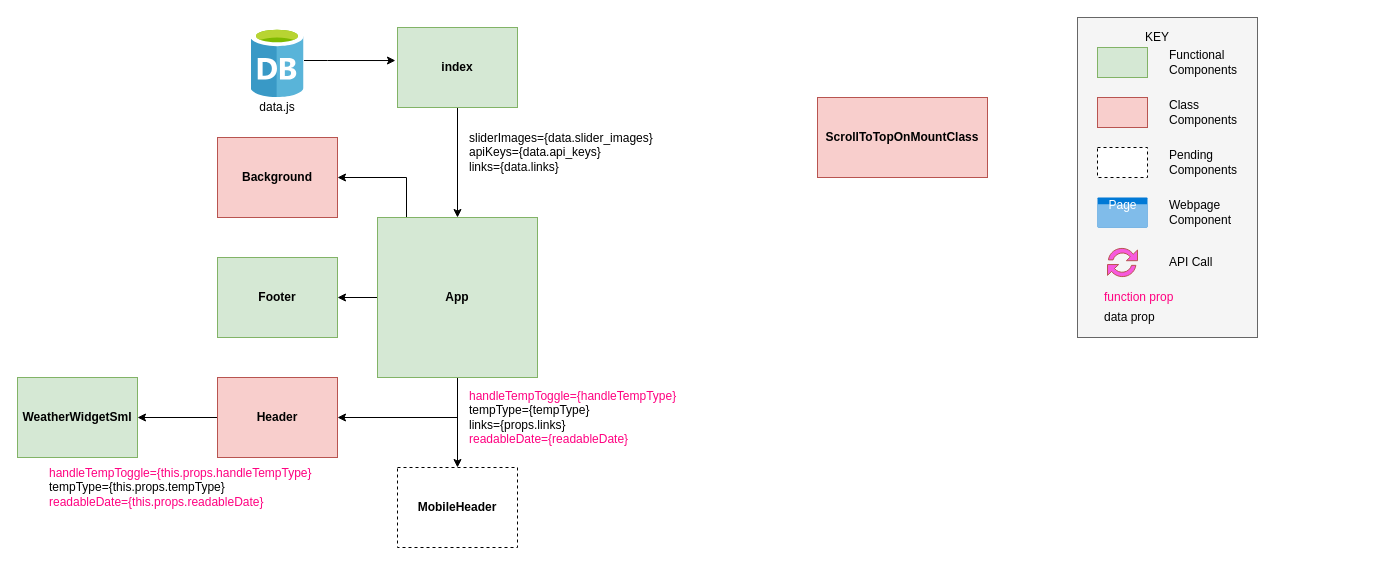
Before: project-planning/Untitled Diagram.drawio in joeyhutchinson/react-project-v2, a draw.io diagram. Source tidied: cells renumbered, new cells numbered last; positions are measured from the earlier drawing's top-left corner, leaving out a move shared by most shapes. Both pictures are drawn from the tidied source at 100%, with x=0, y=0 at pixel (17, 17).
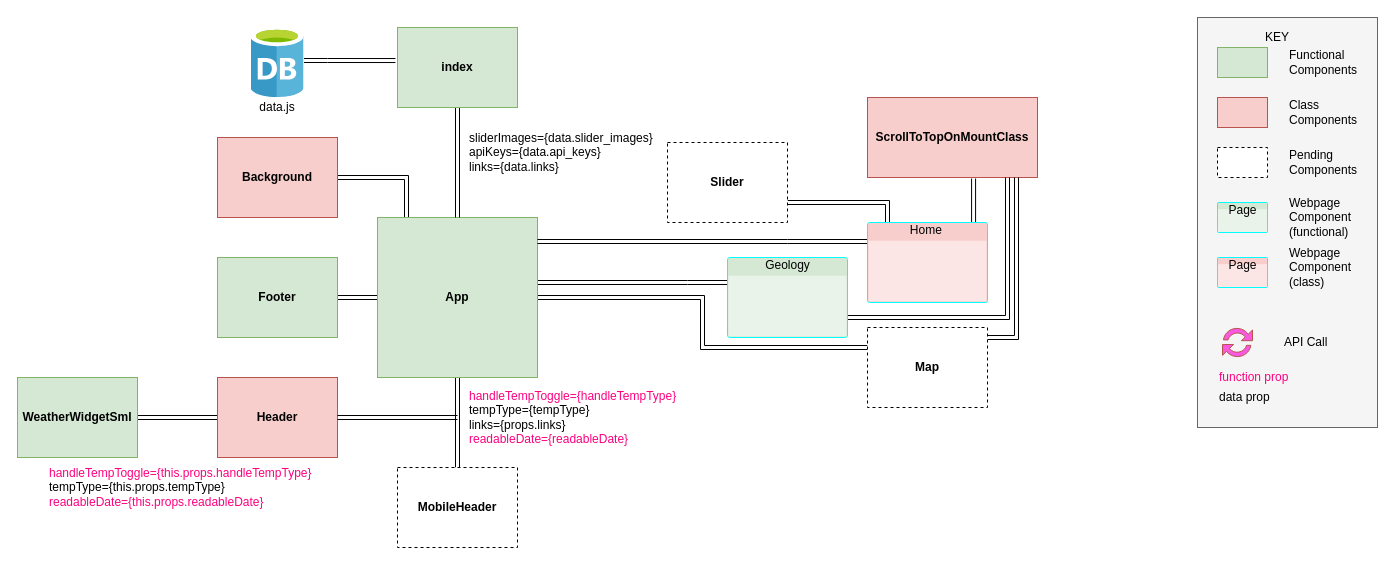
The same page after the edit.

Unchanged cells that the change refers to:
```xml
<mxCell id="5" value="&lt;span&gt;App&lt;/span&gt;" style="whiteSpace=wrap;html=1;strokeColor=#82b366;fillColor=#d5e8d4;align=center;fontStyle=1;" parent="1" vertex="1">
  <mxGeometry x="360" y="200" width="160" height="160" as="geometry" />
</mxCell>
<mxCell id="6" value="Background" style="rounded=0;whiteSpace=wrap;html=1;strokeColor=#b85450;fillColor=#f8cecc;align=center;fontStyle=1;" parent="1" vertex="1">
  <mxGeometry x="200" y="120" width="120" height="80" as="geometry" />
</mxCell>
<mxCell id="7" value="Footer" style="rounded=0;whiteSpace=wrap;html=1;strokeColor=#82b366;fillColor=#d5e8d4;align=center;fontStyle=1;" parent="1" vertex="1">
  <mxGeometry x="200" y="240" width="120" height="80" as="geometry" />
</mxCell>
<mxCell id="9" value="Header" style="rounded=0;whiteSpace=wrap;html=1;strokeColor=#b85450;fillColor=#f8cecc;align=center;fontStyle=1;" parent="1" vertex="1">
  <mxGeometry x="200" y="360" width="120" height="80" as="geometry" />
</mxCell>
<mxCell id="10" value="WeatherWidgetSml" style="rounded=0;whiteSpace=wrap;html=1;strokeColor=#82b366;fillColor=#d5e8d4;align=center;fontStyle=1;" parent="1" vertex="1">
  <mxGeometry y="360" width="120" height="80" as="geometry" />
</mxCell>
<mxCell id="12" style="html=1;points=[];align=center;image;fontSize=12;image=img/lib/mscae/Database_General.svg;strokeColor=#D642B8;fillColor=#F859DE;" parent="1" vertex="1">
  <mxGeometry x="233.5" y="10" width="53" height="70" as="geometry" />
</mxCell>
<mxCell id="14" value="index" style="rounded=0;whiteSpace=wrap;html=1;strokeColor=#82b366;fillColor=#d5e8d4;align=center;fontStyle=1;" parent="1" vertex="1">
  <mxGeometry x="380" y="10" width="120" height="80" as="geometry" />
</mxCell>
```

Change to the diagram source:
```diff
@@
-    <mxCell id="2" style="edgeStyle=orthogonalEdgeStyle;rounded=0;jettySize=auto;html=1;entryX=0.5;entryY=0;entryDx=0;entryDy=0;" parent="1" edge="1" source="5" target="33">
+    <mxCell id="2" style="edgeStyle=orthogonalEdgeStyle;rounded=0;jettySize=auto;html=1;entryX=0.5;entryY=0;entryDx=0;entryDy=0;shape=link;" parent="1" edge="1" source="5" target="33">
       <mxGeometry relative="1" as="geometry" />
     </mxCell>
-    <mxCell id="3" style="edgeStyle=orthogonalEdgeStyle;rounded=0;jettySize=auto;html=1;entryX=1;entryY=0.5;entryDx=0;entryDy=0;" parent="1" edge="1" source="5" target="6">
+    <mxCell id="3" style="edgeStyle=orthogonalEdgeStyle;rounded=0;jettySize=auto;html=1;entryX=1;entryY=0.5;entryDx=0;entryDy=0;shape=link;" parent="1" edge="1" source="5" target="6">
       <mxGeometry relative="1" as="geometry">
         <Array as="points">
           <mxPoint x="389" y="160" />
         </Array>
       </mxGeometry>
     </mxCell>
-    <mxCell id="4" style="edgeStyle=orthogonalEdgeStyle;rounded=0;jettySize=auto;html=1;strokeColor=#000000;fontColor=#3333FF;" parent="1" edge="1" source="5" target="7">
+    <mxCell id="4" style="edgeStyle=orthogonalEdgeStyle;rounded=0;jettySize=auto;html=1;strokeColor=#000000;fontColor=#3333FF;shape=link;" parent="1" edge="1" source="5" target="7">
       <mxGeometry relative="1" as="geometry" />
     </mxCell>
+    <mxCell id="36" style="edgeStyle=orthogonalEdgeStyle;rounded=0;jettySize=auto;html=1;strokeColor=#000000;fontColor=#3333FF;shape=link;" parent="1" edge="1" target="44">
+      <mxGeometry relative="1" as="geometry">
+        <mxPoint x="520" y="265" as="sourcePoint" />
+        <Array as="points">
+          <mxPoint x="670" y="265" />
+          <mxPoint x="670" y="265" />
+        </Array>
+      </mxGeometry>
+    </mxCell>
+    <mxCell id="37" style="edgeStyle=orthogonalEdgeStyle;rounded=0;jettySize=auto;html=1;strokeColor=#000000;fontColor=#3333FF;entryX=0;entryY=0.25;entryDx=0;entryDy=0;shape=link;" parent="1" edge="1" source="5" target="46">
+      <mxGeometry relative="1" as="geometry" />
+    </mxCell>
@@
-    <mxCell id="8" style="edgeStyle=orthogonalEdgeStyle;rounded=0;jettySize=auto;html=1;" parent="1" edge="1" source="9" target="10">
+    <mxCell id="8" style="edgeStyle=orthogonalEdgeStyle;rounded=0;jettySize=auto;html=1;shape=link;" parent="1" edge="1" source="9" target="10">
       <mxGeometry relative="1" as="geometry" />
     </mxCell>
@@
-    <mxCell id="11" style="edgeStyle=orthogonalEdgeStyle;rounded=0;jettySize=auto;html=1;entryX=-0.017;entryY=0.413;entryDx=0;entryDy=0;entryPerimeter=0;" parent="1" edge="1" source="12" target="14">
+    <mxCell id="11" style="edgeStyle=orthogonalEdgeStyle;rounded=0;jettySize=auto;html=1;entryX=-0.017;entryY=0.413;entryDx=0;entryDy=0;entryPerimeter=0;shape=link;" parent="1" edge="1" source="12" target="14">
       <mxGeometry relative="1" as="geometry">
         <Array as="points">
           <mxPoint x="310" y="43" />
           <mxPoint x="310" y="43" />
         </Array>
       </mxGeometry>
     </mxCell>
@@
-    <mxCell id="13" style="edgeStyle=orthogonalEdgeStyle;rounded=0;jettySize=auto;html=1;entryX=0.5;entryY=0;entryDx=0;entryDy=0;" parent="1" edge="1" source="14" target="5">
+    <mxCell id="13" style="edgeStyle=orthogonalEdgeStyle;rounded=0;jettySize=auto;html=1;entryX=0.5;entryY=0;entryDx=0;entryDy=0;shape=link;" parent="1" edge="1" source="14" target="5">
       <mxGeometry relative="1" as="geometry" />
     </mxCell>
@@
+    <mxCell id="32" value="&lt;font color=&quot;#ff0080&quot;&gt;handleTempToggle={this.props.handleTempType}&lt;/font&gt;&lt;br&gt;tempType={this.props.tempType}&lt;br&gt;&lt;font color=&quot;#ff0080&quot;&gt;readableDate={this.props.readableDate}&lt;/font&gt;" style="text;html=1;strokeColor=none;fillColor=none;align=left;verticalAlign=middle;whiteSpace=wrap;rounded=0;" parent="1" vertex="1">
+      <mxGeometry x="30" y="430" width="270" height="80" as="geometry" />
+    </mxCell>
+    <mxCell id="33" value="&lt;b&gt;MobileHeader&lt;/b&gt;" style="rounded=0;whiteSpace=wrap;html=1;dashed=1;" parent="1" vertex="1">
+      <mxGeometry x="380" y="450" width="120" height="80" as="geometry" />
+    </mxCell>
+    <mxCell id="34" style="endArrow=classic;html=1;strokeColor=#000000;fontColor=#3333FF;entryX=1;entryY=0.5;entryDx=0;entryDy=0;shape=link;" parent="1" edge="1" target="9">
+      <mxGeometry relative="1" as="geometry">
+        <mxPoint x="440" y="400" as="sourcePoint" />
+      </mxGeometry>
+    </mxCell>
+    <mxCell id="35" value="ScrollToTopOnMountClass" style="rounded=0;whiteSpace=wrap;html=1;strokeColor=#b85450;fillColor=#f8cecc;align=center;fontStyle=1;" parent="1" vertex="1">
+      <mxGeometry x="850" y="80" width="170" height="80" as="geometry" />
+    </mxCell>
+    <mxCell id="38" style="edgeStyle=orthogonalEdgeStyle;rounded=0;jettySize=auto;html=1;strokeColor=#000000;fontColor=#3333FF;entryX=0.624;entryY=1.013;entryDx=0;entryDy=0;entryPerimeter=0;shape=link;" parent="1" edge="1" source="41" target="35">
+      <mxGeometry relative="1" as="geometry">
+        <Array as="points">
+          <mxPoint x="906" y="220" />
+          <mxPoint x="906" y="220" />
+        </Array>
+      </mxGeometry>
+    </mxCell>
+    <mxCell id="39" style="edgeStyle=orthogonalEdgeStyle;rounded=0;jettySize=auto;html=1;strokeColor=#000000;fontColor=#3333FF;entryX=1;entryY=0.75;entryDx=0;entryDy=0;shape=link;" parent="1" edge="1" source="41" target="42">
+      <mxGeometry relative="1" as="geometry">
+        <Array as="points">
+          <mxPoint x="870" y="185" />
+        </Array>
+      </mxGeometry>
+    </mxCell>
+    <mxCell id="40" style="edgeStyle=orthogonalEdgeStyle;shape=link;rounded=0;jettySize=auto;html=1;strokeColor=#000000;fontColor=#3333FF;entryX=1;entryY=0.15;entryDx=0;entryDy=0;entryPerimeter=0;" parent="1" edge="1" source="41" target="5">
+      <mxGeometry relative="1" as="geometry">
+        <Array as="points">
+          <mxPoint x="770" y="224" />
+          <mxPoint x="770" y="224" />
+        </Array>
+      </mxGeometry>
+    </mxCell>
+    <mxCell id="41" value="Home&amp;nbsp;" style="html=1;strokeColor=#00FFFF;fillColor=#f8cecc;labelPosition=center;verticalLabelPosition=middle;verticalAlign=top;align=center;fontSize=12;outlineConnect=0;spacingTop=-6;shape=mxgraph.sitemap.page;" parent="1" vertex="1">
+      <mxGeometry x="850" y="205" width="120" height="80" as="geometry" />
+    </mxCell>
+    <mxCell id="42" value="&lt;b&gt;Slider&lt;/b&gt;" style="rounded=0;whiteSpace=wrap;html=1;dashed=1;" parent="1" vertex="1">
+      <mxGeometry x="650" y="125" width="120" height="80" as="geometry" />
+    </mxCell>
+    <mxCell id="43" style="edgeStyle=orthogonalEdgeStyle;rounded=0;jettySize=auto;html=1;strokeColor=#000000;fontColor=#3333FF;shape=link;" parent="1" edge="1" source="44" target="35">
+      <mxGeometry relative="1" as="geometry">
+        <Array as="points">
+          <mxPoint x="990" y="300" />
+          <mxPoint x="990" y="150" />
+        </Array>
+      </mxGeometry>
+    </mxCell>
+    <mxCell id="44" value="Geology" style="html=1;strokeColor=#00FFFF;fillColor=#d5e8d4;labelPosition=center;verticalLabelPosition=middle;verticalAlign=top;align=center;fontSize=12;outlineConnect=0;spacingTop=-6;shape=mxgraph.sitemap.page;" parent="1" vertex="1">
+      <mxGeometry x="710" y="240" width="120" height="80" as="geometry" />
+    </mxCell>
+    <mxCell id="45" style="edgeStyle=orthogonalEdgeStyle;shape=link;rounded=0;jettySize=auto;html=1;strokeColor=#000000;fontColor=#3333FF;" parent="1" edge="1" source="46" target="35">
+      <mxGeometry relative="1" as="geometry">
+        <Array as="points">
+          <mxPoint x="999" y="320" />
+        </Array>
+      </mxGeometry>
+    </mxCell>
+    <mxCell id="46" value="&lt;b&gt;Map&lt;/b&gt;" style="rounded=0;whiteSpace=wrap;html=1;dashed=1;" parent="1" vertex="1">
+      <mxGeometry x="850" y="310" width="120" height="80" as="geometry" />
+    </mxCell>
+    <mxCell id="47" style="group;" parent="1" vertex="1">
+      <mxGeometry x="1180" width="180" height="410" as="geometry" />
+    </mxCell>
-    <mxCell id="18" style="rounded=0;whiteSpace=wrap;html=1;fillColor=#f5f5f5;strokeColor=#666666;fontColor=#333333;" parent="1" vertex="1">
-      <mxGeometry x="1060" width="180" height="320" as="geometry" />
+    <mxCell id="18" style="rounded=0;whiteSpace=wrap;html=1;fillColor=#f5f5f5;strokeColor=#666666;fontColor=#333333;" parent="47" vertex="1">
+      <mxGeometry width="180" height="410" as="geometry" />
     </mxCell>
-    <mxCell id="19" style="rounded=0;whiteSpace=wrap;html=1;fillColor=#d5e8d4;strokeColor=#82b366;" parent="1" vertex="1">
-      <mxGeometry x="1080" y="30" width="50" height="30" as="geometry" />
+    <mxCell id="19" style="rounded=0;whiteSpace=wrap;html=1;fillColor=#d5e8d4;strokeColor=#82b366;" parent="47" vertex="1">
+      <mxGeometry x="20" y="30" width="50" height="30" as="geometry" />
     </mxCell>
-    <mxCell id="20" style="rounded=0;whiteSpace=wrap;html=1;fillColor=#f8cecc;strokeColor=#b85450;" parent="1" vertex="1">
-      <mxGeometry x="1080" y="80" width="50" height="30" as="geometry" />
+    <mxCell id="20" style="rounded=0;whiteSpace=wrap;html=1;fillColor=#f8cecc;strokeColor=#b85450;" parent="47" vertex="1">
+      <mxGeometry x="20" y="80" width="50" height="30" as="geometry" />
     </mxCell>
-    <mxCell id="21" style="rounded=0;whiteSpace=wrap;html=1;dashed=1;" parent="1" vertex="1">
-      <mxGeometry x="1080" y="130" width="50" height="30" as="geometry" />
+    <mxCell id="21" style="rounded=0;whiteSpace=wrap;html=1;dashed=1;" parent="47" vertex="1">
+      <mxGeometry x="20" y="130" width="50" height="30" as="geometry" />
     </mxCell>
-    <mxCell id="22" value="Page" style="html=1;strokeColor=none;fillColor=#0079D6;labelPosition=center;verticalLabelPosition=middle;verticalAlign=top;align=center;fontSize=12;spacingTop=-6;fontColor=#FFFFFF;shape=mxgraph.sitemap.page;dashed=1;" parent="1" vertex="1">
-      <mxGeometry x="1080" y="180" width="50" height="30" as="geometry" />
+    <mxCell id="22" value="Page" style="html=1;labelPosition=center;verticalLabelPosition=middle;verticalAlign=top;align=center;fontSize=12;spacingTop=-6;shape=mxgraph.sitemap.page;fillColor=#d5e8d4;strokeColor=#00FFFF;" parent="47" vertex="1">
+      <mxGeometry x="20" y="185" width="50" height="30" as="geometry" />
     </mxCell>
-    <mxCell id="23" style="shadow=0;dashed=0;html=1;strokeColor=#b85450;labelPosition=center;verticalLabelPosition=bottom;verticalAlign=top;align=center;fillColor=#F859DE;shape=mxgraph.mscae.intune.update;" parent="1" vertex="1">
-      <mxGeometry x="1090" y="230" width="30" height="30" as="geometry" />
+    <mxCell id="23" style="shadow=0;dashed=0;html=1;strokeColor=#b85450;labelPosition=center;verticalLabelPosition=bottom;verticalAlign=top;align=center;fillColor=#F859DE;shape=mxgraph.mscae.intune.update;" parent="47" vertex="1">
+      <mxGeometry x="25" y="310" width="30" height="30" as="geometry" />
     </mxCell>
-    <mxCell id="24" value="KEY" style="text;html=1;strokeColor=none;fillColor=none;align=center;verticalAlign=middle;whiteSpace=wrap;rounded=0;dashed=1;" parent="1" vertex="1">
-      <mxGeometry x="1120" y="10" width="40" height="20" as="geometry" />
+    <mxCell id="24" value="KEY" style="text;html=1;strokeColor=none;fillColor=none;align=center;verticalAlign=middle;whiteSpace=wrap;rounded=0;dashed=1;" parent="47" vertex="1">
+      <mxGeometry x="60" y="10" width="40" height="20" as="geometry" />
     </mxCell>
-    <mxCell id="25" value="Functional Components" style="text;html=1;strokeColor=none;fillColor=none;align=left;verticalAlign=middle;whiteSpace=wrap;rounded=0;dashed=1;" parent="1" vertex="1">
-      <mxGeometry x="1150" y="35" width="70" height="20" as="geometry" />
+    <mxCell id="25" value="Functional Components" style="text;html=1;strokeColor=none;fillColor=none;align=left;verticalAlign=middle;whiteSpace=wrap;rounded=0;dashed=1;" parent="47" vertex="1">
+      <mxGeometry x="90" y="35" width="70" height="20" as="geometry" />
     </mxCell>
-    <mxCell id="26" value="Class Components" style="text;html=1;strokeColor=none;fillColor=none;align=left;verticalAlign=middle;whiteSpace=wrap;rounded=0;dashed=1;" parent="1" vertex="1">
-      <mxGeometry x="1150" y="85" width="70" height="20" as="geometry" />
+    <mxCell id="26" value="Class Components" style="text;html=1;strokeColor=none;fillColor=none;align=left;verticalAlign=middle;whiteSpace=wrap;rounded=0;dashed=1;" parent="47" vertex="1">
+      <mxGeometry x="90" y="85" width="70" height="20" as="geometry" />
     </mxCell>
-    <mxCell id="27" value="Pending Components" style="text;html=1;strokeColor=none;fillColor=none;align=left;verticalAlign=middle;whiteSpace=wrap;rounded=0;dashed=1;" parent="1" vertex="1">
-      <mxGeometry x="1150" y="135" width="70" height="20" as="geometry" />
+    <mxCell id="27" value="Pending Components" style="text;html=1;strokeColor=none;fillColor=none;align=left;verticalAlign=middle;whiteSpace=wrap;rounded=0;dashed=1;" parent="47" vertex="1">
+      <mxGeometry x="90" y="135" width="70" height="20" as="geometry" />
     </mxCell>
-    <mxCell id="28" value="Webpage Component" style="text;html=1;strokeColor=none;fillColor=none;align=left;verticalAlign=middle;whiteSpace=wrap;rounded=0;dashed=1;" parent="1" vertex="1">
-      <mxGeometry x="1150" y="185" width="70" height="20" as="geometry" />
+    <mxCell id="28" value="Webpage Component (functional)" style="text;html=1;strokeColor=none;fillColor=none;align=left;verticalAlign=middle;whiteSpace=wrap;rounded=0;dashed=1;" parent="47" vertex="1">
+      <mxGeometry x="90" y="190" width="70" height="20" as="geometry" />
     </mxCell>
-    <mxCell id="29" value="API Call" style="text;html=1;strokeColor=none;fillColor=none;align=left;verticalAlign=middle;whiteSpace=wrap;rounded=0;dashed=1;" parent="1" vertex="1">
-      <mxGeometry x="1150" y="235" width="70" height="20" as="geometry" />
+    <mxCell id="29" value="API Call" style="text;html=1;strokeColor=none;fillColor=none;align=left;verticalAlign=middle;whiteSpace=wrap;rounded=0;dashed=1;" parent="47" vertex="1">
+      <mxGeometry x="85" y="315" width="70" height="20" as="geometry" />
     </mxCell>
-    <mxCell id="30" value="function prop" style="text;html=1;strokeColor=none;fillColor=none;align=left;verticalAlign=middle;whiteSpace=wrap;rounded=0;fontColor=#FF0080;" parent="1" vertex="1">
-      <mxGeometry x="1085" y="270" width="110" height="20" as="geometry" />
+    <mxCell id="30" value="function prop" style="text;html=1;strokeColor=none;fillColor=none;align=left;verticalAlign=middle;whiteSpace=wrap;rounded=0;fontColor=#FF0080;" parent="47" vertex="1">
+      <mxGeometry x="20" y="350" width="110" height="20" as="geometry" />
     </mxCell>
-    <mxCell id="31" value="data prop" style="text;html=1;strokeColor=none;fillColor=none;align=left;verticalAlign=middle;whiteSpace=wrap;rounded=0;fontColor=#000000;" parent="1" vertex="1">
-      <mxGeometry x="1085" y="290" width="110" height="20" as="geometry" />
+    <mxCell id="31" value="data prop" style="text;html=1;strokeColor=none;fillColor=none;align=left;verticalAlign=middle;whiteSpace=wrap;rounded=0;fontColor=#000000;" parent="47" vertex="1">
+      <mxGeometry x="20" y="370" width="110" height="20" as="geometry" />
     </mxCell>
-    <mxCell id="32" value="&lt;font color=&quot;#ff0080&quot;&gt;handleTempToggle={this.props.handleTempType}&lt;/font&gt;&lt;br&gt;tempType={this.props.tempType}&lt;br&gt;&lt;font color=&quot;#ff0080&quot;&gt;readableDate={this.props.readableDate}&lt;/font&gt;" style="text;html=1;strokeColor=none;fillColor=none;align=left;verticalAlign=middle;whiteSpace=wrap;rounded=0;" parent="1" vertex="1">
-      <mxGeometry x="30" y="430" width="270" height="80" as="geometry" />
-    </mxCell>
-    <mxCell id="33" value="&lt;b&gt;MobileHeader&lt;/b&gt;" style="rounded=0;whiteSpace=wrap;html=1;dashed=1;" parent="1" vertex="1">
-      <mxGeometry x="380" y="450" width="120" height="80" as="geometry" />
-    </mxCell>
-    <mxCell id="34" style="endArrow=classic;html=1;strokeColor=#000000;fontColor=#3333FF;entryX=1;entryY=0.5;entryDx=0;entryDy=0;" parent="1" edge="1" target="9">
-      <mxGeometry relative="1" as="geometry">
-        <mxPoint x="440" y="400" as="sourcePoint" />
-      </mxGeometry>
-    </mxCell>
-    <mxCell id="35" value="ScrollToTopOnMountClass" style="rounded=0;whiteSpace=wrap;html=1;strokeColor=#b85450;fillColor=#f8cecc;align=center;fontStyle=1;" parent="1" vertex="1">
-      <mxGeometry x="800" y="80" width="170" height="80" as="geometry" />
-    </mxCell>
+    <mxCell id="48" value="Page" style="html=1;labelPosition=center;verticalLabelPosition=middle;verticalAlign=top;align=center;fontSize=12;spacingTop=-6;shape=mxgraph.sitemap.page;fillColor=#f8cecc;strokeColor=#00FFFF;" parent="47" vertex="1">
+      <mxGeometry x="20" y="240" width="50" height="30" as="geometry" />
+    </mxCell>
+    <mxCell id="49" value="Webpage Component (class)" style="text;html=1;strokeColor=none;fillColor=none;align=left;verticalAlign=middle;whiteSpace=wrap;rounded=0;dashed=1;" parent="47" vertex="1">
+      <mxGeometry x="90" y="240" width="70" height="20" as="geometry" />
+    </mxCell>
```
